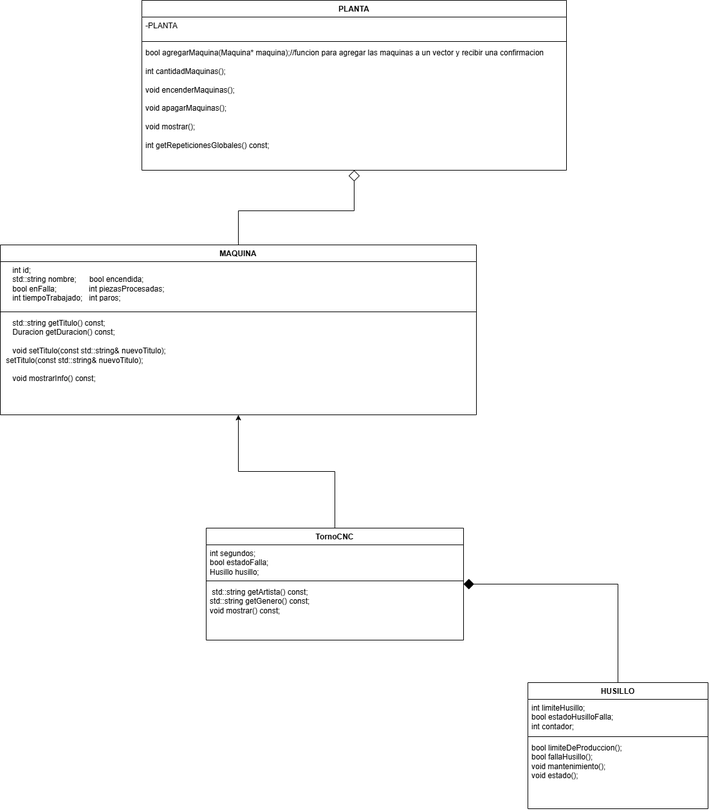
This is docs/mejoras/25238/diagramaTornoCNC.drawio.png from mowhackcat/ulsa_ime_3_poo_parcial_2_linea_manufactura, a draw.io export, as it was before one commit. Source tidied: cells renumbered, new cells last; positions are measured from the earlier drawing's top-left corner, leaving out a move shared by most shapes.
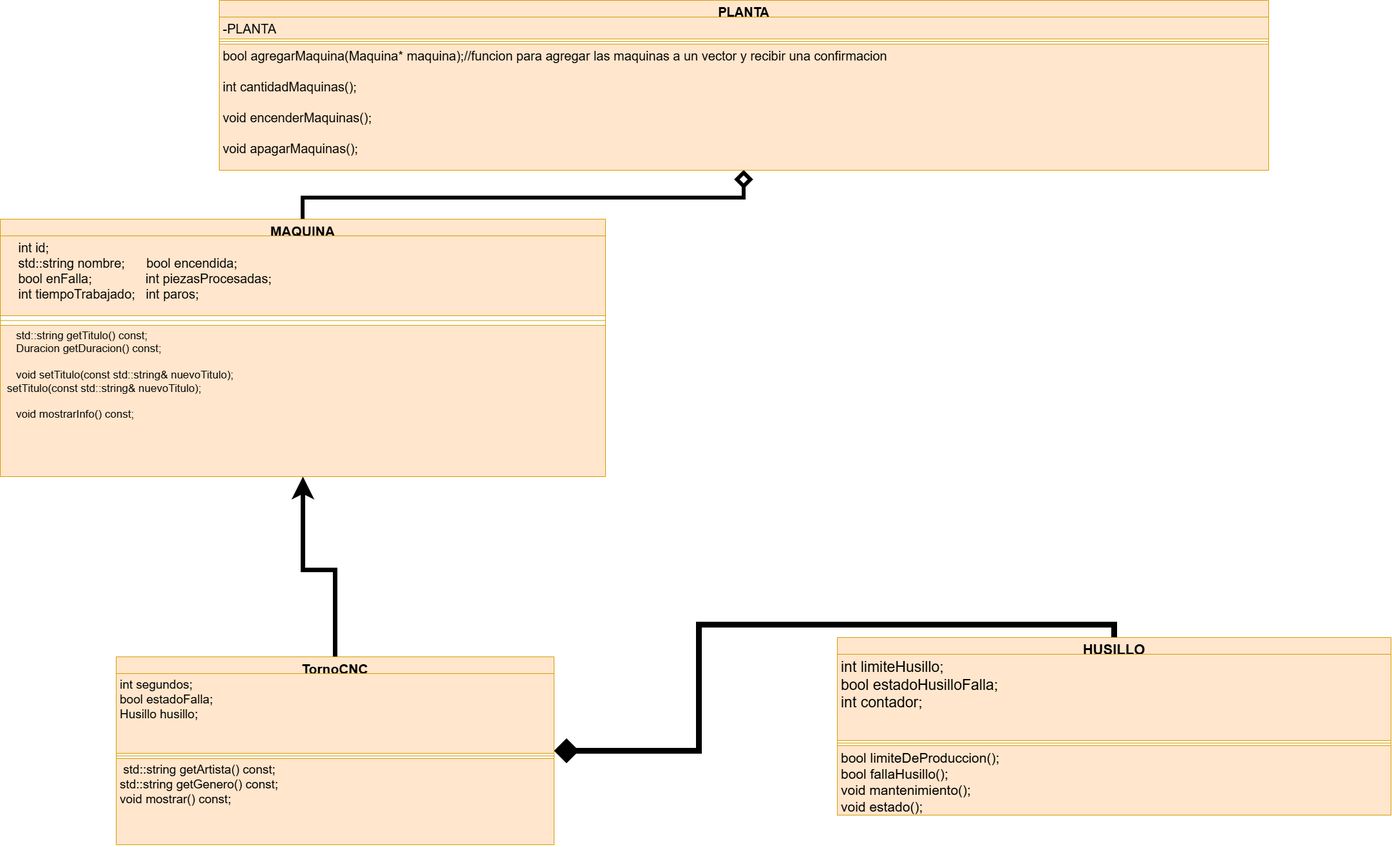
After the commit.

Commit message:
correccion en unos diagramas

Diff of the diagram source:
```diff
@@ -2,62 +2,62 @@
   <root>
     <mxCell id="0" />
     <mxCell id="1" parent="0" />
-    <mxCell id="2" style="edgeStyle=orthogonalEdgeStyle;rounded=0;jettySize=auto;html=1;exitX=0.5;exitY=0;exitDx=0;exitDy=0;entryX=0.5;entryY=1;entryDx=0;entryDy=0;" parent="1" edge="1" source="13" target="4">
+    <mxCell id="2" style="edgeStyle=orthogonalEdgeStyle;rounded=0;jettySize=auto;html=1;exitX=0.5;exitY=0;exitDx=0;exitDy=0;entryX=0.5;entryY=1;entryDx=0;entryDy=0;endSize=13;strokeWidth=7;" parent="1" edge="1" source="13" target="4">
       <mxGeometry relative="1" as="geometry" />
     </mxCell>
-    <mxCell id="3" style="edgeStyle=orthogonalEdgeStyle;rounded=0;jettySize=auto;html=1;exitX=0.5;exitY=0;exitDx=0;exitDy=0;endArrow=diamond;endFill=0;endSize=15;entryX=0.5;entryY=1;entryDx=0;entryDy=0;" parent="1" edge="1" source="4" target="17">
+    <mxCell id="3" style="edgeStyle=orthogonalEdgeStyle;rounded=0;jettySize=auto;html=1;exitX=0.5;exitY=0;exitDx=0;exitDy=0;endArrow=diamond;endFill=0;endSize=15;entryX=0.5;entryY=1;entryDx=0;entryDy=0;fontSize=21;strokeWidth=6;" parent="1" edge="1" source="4" target="17">
       <mxGeometry x="-0.53" relative="1" as="geometry" />
     </mxCell>
-    <mxCell id="4" value="MAQUINA" style="swimlane;fontStyle=1;align=center;verticalAlign=top;horizontal=1;startSize=26;whiteSpace=wrap;html=1;" parent="1" vertex="1">
-      <mxGeometry y="380" width="740" height="264" as="geometry" />
+    <mxCell id="4" value="MAQUINA" style="swimlane;fontStyle=1;align=center;verticalAlign=top;horizontal=1;startSize=26;whiteSpace=wrap;html=1;fillColor=#ffe6cc;strokeColor=#d79b00;fontSize=21;" parent="1" vertex="1">
+      <mxGeometry x="-120" y="340" width="940" height="400" as="geometry" />
     </mxCell>
-    <mxCell id="5" value="&lt;div&gt;&amp;nbsp; &amp;nbsp; int id;&lt;/div&gt;&lt;div&gt;&amp;nbsp; &amp;nbsp; std::string nombre;&amp;nbsp; &amp;nbsp; &amp;nbsp;&amp;nbsp;&lt;span style=&quot;background-color: transparent; color: light-dark(rgb(0, 0, 0), rgb(255, 255, 255));&quot;&gt;bool encendida;&amp;nbsp;&amp;nbsp;&lt;/span&gt;&lt;/div&gt;&lt;div&gt;&amp;nbsp; &amp;nbsp; bool enFalla;&amp;nbsp; &amp;nbsp; &amp;nbsp; &amp;nbsp; &amp;nbsp; &amp;nbsp; &amp;nbsp; &amp;nbsp;&lt;span style=&quot;background-color: transparent; color: light-dark(rgb(0, 0, 0), rgb(255, 255, 255));&quot;&gt;int piezasProcesadas;&amp;nbsp;&lt;/span&gt;&lt;/div&gt;&lt;div&gt;&amp;nbsp; &amp;nbsp; int tiempoTrabajado;&amp;nbsp; &amp;nbsp;&lt;span style=&quot;background-color: transparent; color: light-dark(rgb(0, 0, 0), rgb(255, 255, 255));&quot;&gt;int paros;&amp;nbsp;&lt;/span&gt;&lt;/div&gt;" style="text;strokeColor=none;fillColor=none;align=left;verticalAlign=top;spacingLeft=4;spacingRight=4;overflow=hidden;whiteSpace=wrap;html=1;" parent="4" vertex="1">
-      <mxGeometry y="26" width="740" height="74" as="geometry" />
+    <mxCell id="5" value="&lt;div&gt;&amp;nbsp; &amp;nbsp; int id;&lt;/div&gt;&lt;div&gt;&amp;nbsp; &amp;nbsp; std::string nombre;&amp;nbsp; &amp;nbsp; &amp;nbsp;&amp;nbsp;&lt;span style=&quot;background-color: transparent; color: light-dark(rgb(0, 0, 0), rgb(255, 255, 255));&quot;&gt;bool encendida;&amp;nbsp;&amp;nbsp;&lt;/span&gt;&lt;/div&gt;&lt;div&gt;&amp;nbsp; &amp;nbsp; bool enFalla;&amp;nbsp; &amp;nbsp; &amp;nbsp; &amp;nbsp; &amp;nbsp; &amp;nbsp; &amp;nbsp; &amp;nbsp;&lt;span style=&quot;background-color: transparent; color: light-dark(rgb(0, 0, 0), rgb(255, 255, 255));&quot;&gt;int piezasProcesadas;&amp;nbsp;&lt;/span&gt;&lt;/div&gt;&lt;div&gt;&amp;nbsp; &amp;nbsp; int tiempoTrabajado;&amp;nbsp; &amp;nbsp;&lt;span style=&quot;background-color: transparent; color: light-dark(rgb(0, 0, 0), rgb(255, 255, 255));&quot;&gt;int paros;&amp;nbsp;&lt;/span&gt;&lt;/div&gt;" style="text;strokeColor=#d79b00;fillColor=#ffe6cc;align=left;verticalAlign=top;spacingLeft=4;spacingRight=4;overflow=hidden;whiteSpace=wrap;html=1;fontSize=20;" parent="4" vertex="1">
+      <mxGeometry y="26" width="940" height="124" as="geometry" />
     </mxCell>
     <mxCell id="6" style="line;strokeWidth=1;fillColor=none;align=left;verticalAlign=middle;spacingTop=-1;spacingLeft=3;spacingRight=3;labelPosition=right;strokeColor=inherit;" parent="4" vertex="1">
-      <mxGeometry y="100" width="740" height="8" as="geometry" />
+      <mxGeometry y="150" width="940" height="15" as="geometry" />
     </mxCell>
-    <mxCell id="7" value="&lt;div&gt;&amp;nbsp; &amp;nbsp; std::string getTitulo() const;&lt;/div&gt;&lt;div&gt;&amp;nbsp; &amp;nbsp; Duracion getDuracion() const;&lt;/div&gt;&lt;div&gt;&lt;br&gt;&lt;/div&gt;&lt;div&gt;&amp;nbsp; &amp;nbsp; void setTitulo(const std::string&amp;amp; nuevoTitulo);&lt;/div&gt;&lt;div&gt;&amp;nbsp;setTitulo(const std::string&amp;amp; nuevoTitulo);&lt;/div&gt;&lt;div&gt;&lt;br&gt;&lt;/div&gt;&lt;div&gt;&amp;nbsp; &amp;nbsp; void mostrarInfo() const;&lt;/div&gt;" style="text;strokeColor=none;fillColor=none;align=left;verticalAlign=top;spacingLeft=4;spacingRight=4;overflow=hidden;whiteSpace=wrap;html=1;" parent="4" vertex="1">
-      <mxGeometry y="108" width="740" height="156" as="geometry" />
+    <mxCell id="7" value="&lt;div&gt;&amp;nbsp; &amp;nbsp; std::string getTitulo() const;&lt;/div&gt;&lt;div&gt;&amp;nbsp; &amp;nbsp; Duracion getDuracion() const;&lt;/div&gt;&lt;div&gt;&lt;br&gt;&lt;/div&gt;&lt;div&gt;&amp;nbsp; &amp;nbsp; void setTitulo(const std::string&amp;amp; nuevoTitulo);&lt;/div&gt;&lt;div&gt;&amp;nbsp;setTitulo(const std::string&amp;amp; nuevoTitulo);&lt;/div&gt;&lt;div&gt;&lt;br&gt;&lt;/div&gt;&lt;div&gt;&amp;nbsp; &amp;nbsp; void mostrarInfo() const;&lt;/div&gt;" style="text;strokeColor=#d79b00;fillColor=#ffe6cc;align=left;verticalAlign=top;spacingLeft=4;spacingRight=4;overflow=hidden;whiteSpace=wrap;html=1;fontSize=17;" parent="4" vertex="1">
+      <mxGeometry y="165" width="940" height="235" as="geometry" />
     </mxCell>
-    <mxCell id="8" style="edgeStyle=orthogonalEdgeStyle;rounded=0;jettySize=auto;html=1;exitX=0.5;exitY=0;exitDx=0;exitDy=0;entryX=1;entryY=0.5;entryDx=0;entryDy=0;endArrow=diamond;endFill=1;startSize=18;endSize=14;" parent="1" edge="1" source="9" target="13">
+    <mxCell id="8" style="edgeStyle=orthogonalEdgeStyle;rounded=0;jettySize=auto;html=1;exitX=0.5;exitY=0;exitDx=0;exitDy=0;entryX=1;entryY=0.5;entryDx=0;entryDy=0;endArrow=diamond;endFill=1;startSize=18;endSize=17;strokeWidth=9;" parent="1" edge="1" source="9" target="13">
       <mxGeometry relative="1" as="geometry" />
     </mxCell>
-    <mxCell id="9" value="HUSILLO" style="swimlane;fontStyle=1;align=center;verticalAlign=top;horizontal=1;startSize=26;whiteSpace=wrap;html=1;" parent="1" vertex="1">
-      <mxGeometry x="820" y="1060" width="280" height="196" as="geometry" />
+    <mxCell id="9" value="HUSILLO" style="swimlane;fontStyle=1;align=center;verticalAlign=top;horizontal=1;startSize=26;whiteSpace=wrap;html=1;fontSize=22;fillColor=#ffe6cc;strokeColor=#d79b00;" parent="1" vertex="1">
+      <mxGeometry x="1180" y="990" width="860" height="276" as="geometry" />
     </mxCell>
-    <mxCell id="10" value="&lt;div&gt;int limiteHusillo;&lt;/div&gt;&lt;div&gt;bool estadoHusilloFalla;&lt;/div&gt;&lt;div&gt;int contador;&lt;/div&gt;" style="text;strokeColor=none;fillColor=none;align=left;verticalAlign=top;spacingLeft=4;spacingRight=4;overflow=hidden;whiteSpace=wrap;html=1;" parent="9" vertex="1">
-      <mxGeometry y="26" width="280" height="54" as="geometry" />
+    <mxCell id="10" value="&lt;div&gt;int limiteHusillo;&lt;/div&gt;&lt;div&gt;bool estadoHusilloFalla;&lt;/div&gt;&lt;div&gt;int contador;&lt;/div&gt;" style="text;strokeColor=#d79b00;fillColor=#ffe6cc;align=left;verticalAlign=top;spacingLeft=4;spacingRight=4;overflow=hidden;whiteSpace=wrap;html=1;fontSize=23;" parent="9" vertex="1">
+      <mxGeometry y="26" width="860" height="134" as="geometry" />
     </mxCell>
     <mxCell id="11" style="line;strokeWidth=1;fillColor=none;align=left;verticalAlign=middle;spacingTop=-1;spacingLeft=3;spacingRight=3;labelPosition=right;strokeColor=inherit;" parent="9" vertex="1">
-      <mxGeometry y="80" width="280" height="8" as="geometry" />
+      <mxGeometry y="160" width="860" height="8" as="geometry" />
     </mxCell>
-    <mxCell id="12" value="&lt;div&gt;bool limiteDeProduccion();&lt;/div&gt;&lt;div&gt;bool fallaHusillo();&lt;/div&gt;&lt;div&gt;void mantenimiento();&lt;/div&gt;&lt;div&gt;void estado();&lt;/div&gt;" style="text;strokeColor=none;fillColor=none;align=left;verticalAlign=top;spacingLeft=4;spacingRight=4;overflow=hidden;whiteSpace=wrap;html=1;" parent="9" vertex="1">
-      <mxGeometry y="88" width="280" height="108" as="geometry" />
+    <mxCell id="12" value="&lt;div&gt;bool limiteDeProduccion();&lt;/div&gt;&lt;div&gt;bool fallaHusillo();&lt;/div&gt;&lt;div&gt;void mantenimiento();&lt;/div&gt;&lt;div&gt;void estado();&lt;/div&gt;" style="text;strokeColor=#d79b00;fillColor=#ffe6cc;align=left;verticalAlign=top;spacingLeft=4;spacingRight=4;overflow=hidden;whiteSpace=wrap;html=1;fontSize=21;" parent="9" vertex="1">
+      <mxGeometry y="168" width="860" height="108" as="geometry" />
     </mxCell>
-    <mxCell id="13" value="TornoCNC" style="swimlane;fontStyle=1;align=center;verticalAlign=top;horizontal=1;startSize=26;whiteSpace=wrap;html=1;" parent="1" vertex="1">
-      <mxGeometry x="320" y="820" width="400" height="174" as="geometry" />
+    <mxCell id="13" value="TornoCNC" style="swimlane;fontStyle=1;align=center;verticalAlign=top;horizontal=1;startSize=26;whiteSpace=wrap;html=1;fontSize=21;fillColor=#ffe6cc;strokeColor=#d79b00;" parent="1" vertex="1">
+      <mxGeometry x="60" y="1020" width="680" height="292" as="geometry" />
     </mxCell>
-    <mxCell id="14" value="&lt;div&gt;int segundos;&lt;/div&gt;&lt;div&gt;bool estadoFalla;&lt;/div&gt;&lt;div&gt;Husillo husillo;&lt;/div&gt;" style="text;strokeColor=none;fillColor=none;align=left;verticalAlign=top;spacingLeft=4;spacingRight=4;overflow=hidden;whiteSpace=wrap;html=1;" parent="13" vertex="1">
-      <mxGeometry y="26" width="400" height="52" as="geometry" />
+    <mxCell id="14" value="&lt;div&gt;int segundos;&lt;/div&gt;&lt;div&gt;bool estadoFalla;&lt;/div&gt;&lt;div&gt;Husillo husillo;&lt;/div&gt;" style="text;strokeColor=#d79b00;fillColor=#ffe6cc;align=left;verticalAlign=top;spacingLeft=4;spacingRight=4;overflow=hidden;whiteSpace=wrap;html=1;fontSize=19;" parent="13" vertex="1">
+      <mxGeometry y="26" width="680" height="124" as="geometry" />
     </mxCell>
     <mxCell id="15" style="line;strokeWidth=1;fillColor=none;align=left;verticalAlign=middle;spacingTop=-1;spacingLeft=3;spacingRight=3;labelPosition=right;strokeColor=inherit;" parent="13" vertex="1">
-      <mxGeometry y="78" width="400" height="8" as="geometry" />
+      <mxGeometry y="150" width="680" height="8" as="geometry" />
     </mxCell>
-    <mxCell id="16" value="&amp;nbsp;&lt;span style=&quot;background-color: transparent;&quot;&gt;std::string getArtista() const;&lt;/span&gt;&lt;div&gt;std::string getGenero() const;&lt;/div&gt;&lt;span style=&quot;background-color: transparent;&quot;&gt;void mostrar() const;&lt;/span&gt;" style="text;strokeColor=none;fillColor=none;align=left;verticalAlign=top;spacingLeft=4;spacingRight=4;overflow=hidden;whiteSpace=wrap;html=1;" parent="13" vertex="1">
-      <mxGeometry y="86" width="400" height="88" as="geometry" />
+    <mxCell id="16" value="&amp;nbsp;&lt;span style=&quot;background-color: transparent;&quot;&gt;std::string getArtista() const;&lt;/span&gt;&lt;div&gt;std::string getGenero() const;&lt;/div&gt;&lt;span style=&quot;background-color: transparent;&quot;&gt;void mostrar() const;&lt;/span&gt;" style="text;strokeColor=#d79b00;fillColor=#ffe6cc;align=left;verticalAlign=top;spacingLeft=4;spacingRight=4;overflow=hidden;whiteSpace=wrap;html=1;fontSize=19;" parent="13" vertex="1">
+      <mxGeometry y="158" width="680" height="134" as="geometry" />
     </mxCell>
-    <mxCell id="17" value="PLANTA" style="swimlane;fontStyle=1;align=center;verticalAlign=top;horizontal=1;startSize=26;whiteSpace=wrap;html=1;" parent="1" vertex="1">
-      <mxGeometry x="220" width="660" height="264" as="geometry" />
+    <mxCell id="17" value="PLANTA" style="swimlane;fontStyle=1;align=center;verticalAlign=top;horizontal=1;startSize=26;whiteSpace=wrap;html=1;fillColor=#ffe6cc;strokeColor=#d79b00;fontSize=20;" parent="1" vertex="1">
+      <mxGeometry x="220" width="1630" height="264" as="geometry" />
     </mxCell>
-    <mxCell id="18" value="-PLANTA&lt;div&gt;&lt;br&gt;&lt;/div&gt;" style="text;strokeColor=none;fillColor=none;align=left;verticalAlign=top;spacingLeft=4;spacingRight=4;overflow=hidden;whiteSpace=wrap;html=1;" parent="17" vertex="1">
-      <mxGeometry y="26" width="660" height="34" as="geometry" />
+    <mxCell id="18" value="-PLANTA&lt;div&gt;&lt;br&gt;&lt;/div&gt;" style="text;strokeColor=#d79b00;fillColor=#ffe6cc;align=left;verticalAlign=top;spacingLeft=4;spacingRight=4;overflow=hidden;whiteSpace=wrap;html=1;fontSize=20;" parent="17" vertex="1">
+      <mxGeometry y="26" width="1630" height="34" as="geometry" />
     </mxCell>
     <mxCell id="19" style="line;strokeWidth=1;fillColor=none;align=left;verticalAlign=middle;spacingTop=-1;spacingLeft=3;spacingRight=3;labelPosition=right;strokeColor=inherit;" parent="17" vertex="1">
-      <mxGeometry y="60" width="660" height="8" as="geometry" />
+      <mxGeometry y="60" width="1630" height="8" as="geometry" />
     </mxCell>
-    <mxCell id="20" value="&lt;div&gt;bool agregarMaquina(Maquina* maquina);//funcion para agregar las maquinas a un vector y recibir una confirmacion&lt;/div&gt;&lt;div&gt;&lt;br&gt;&lt;/div&gt;&lt;div&gt;int cantidadMaquinas();&lt;/div&gt;&lt;div&gt;&lt;br&gt;&lt;/div&gt;&lt;div&gt;void encenderMaquinas();&lt;/div&gt;&lt;div&gt;&lt;br&gt;&lt;/div&gt;&lt;div&gt;void apagarMaquinas();&lt;/div&gt;&lt;div&gt;&lt;br&gt;&lt;/div&gt;&lt;div&gt;void mostrar();&lt;/div&gt;&lt;div&gt;&lt;br&gt;&lt;/div&gt;&lt;div&gt;int getRepeticionesGlobales() const;&lt;/div&gt;" style="text;strokeColor=none;fillColor=none;align=left;verticalAlign=top;spacingLeft=4;spacingRight=4;overflow=hidden;whiteSpace=wrap;html=1;" parent="17" vertex="1">
-      <mxGeometry y="68" width="660" height="196" as="geometry" />
+    <mxCell id="20" value="&lt;div&gt;bool agregarMaquina(Maquina* maquina);//funcion para agregar las maquinas a un vector y recibir una confirmacion&lt;/div&gt;&lt;div&gt;&lt;br&gt;&lt;/div&gt;&lt;div&gt;int cantidadMaquinas();&lt;/div&gt;&lt;div&gt;&lt;br&gt;&lt;/div&gt;&lt;div&gt;void encenderMaquinas();&lt;/div&gt;&lt;div&gt;&lt;br&gt;&lt;/div&gt;&lt;div&gt;void apagarMaquinas();&lt;/div&gt;&lt;div&gt;&lt;br&gt;&lt;/div&gt;&lt;div&gt;void mostrar();&lt;/div&gt;&lt;div&gt;&lt;br&gt;&lt;/div&gt;&lt;div&gt;int getRepeticionesGlobales() const;&lt;/div&gt;" style="text;strokeColor=#d79b00;fillColor=#ffe6cc;align=left;verticalAlign=top;spacingLeft=4;spacingRight=4;overflow=hidden;whiteSpace=wrap;html=1;fontSize=20;" parent="17" vertex="1">
+      <mxGeometry y="68" width="1630" height="196" as="geometry" />
     </mxCell>
   </root>
 </mxGraphModel>
```
